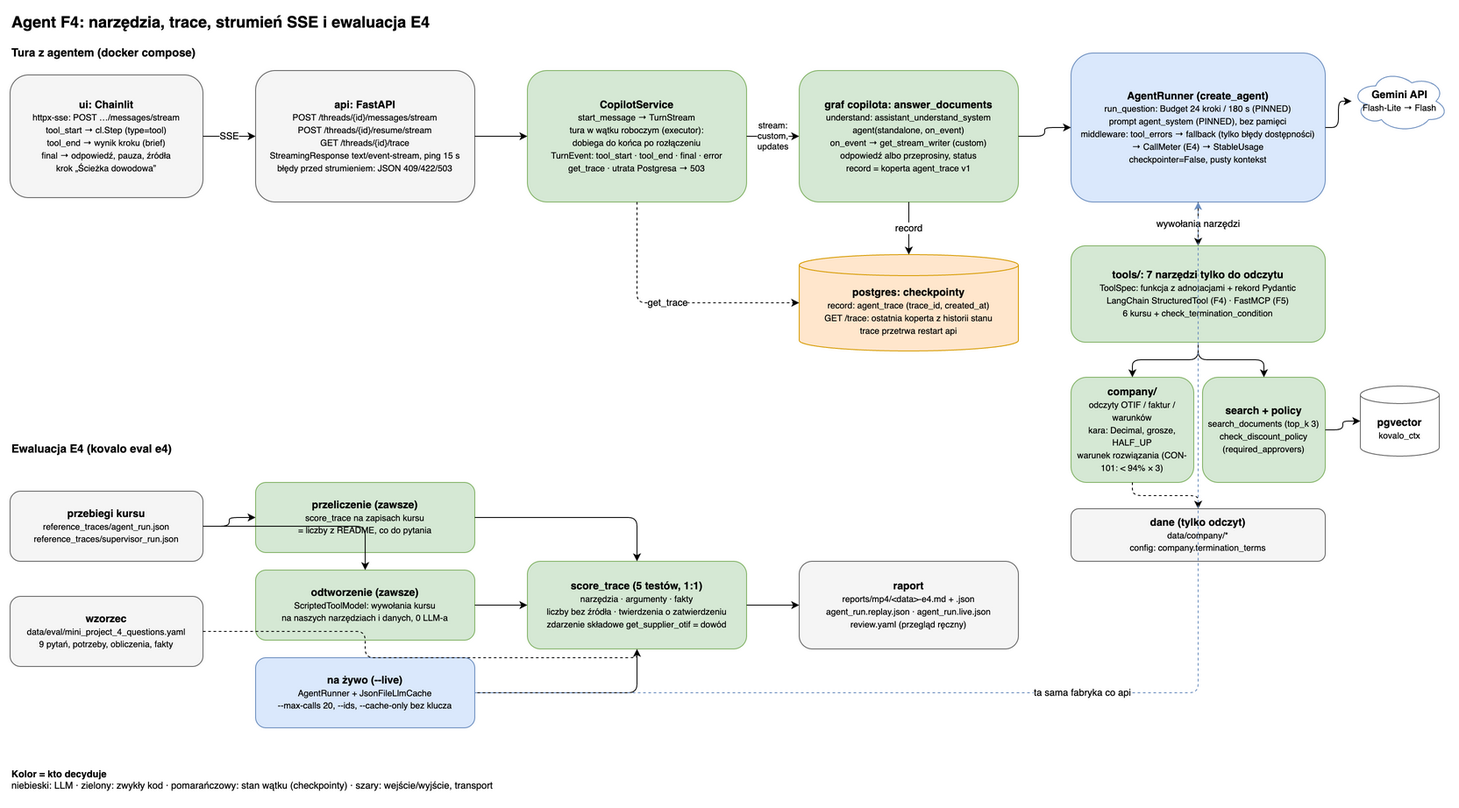
oszypczy/kovalo-copilot keeps this draw.io diagram as docs/architecture/kovalo-architecture-6-agent.png. Above is the earlier version. Source tidied: cells renumbered, new cells last; positions are measured from the earlier drawing's top-left corner, leaving out a move shared by most shapes.
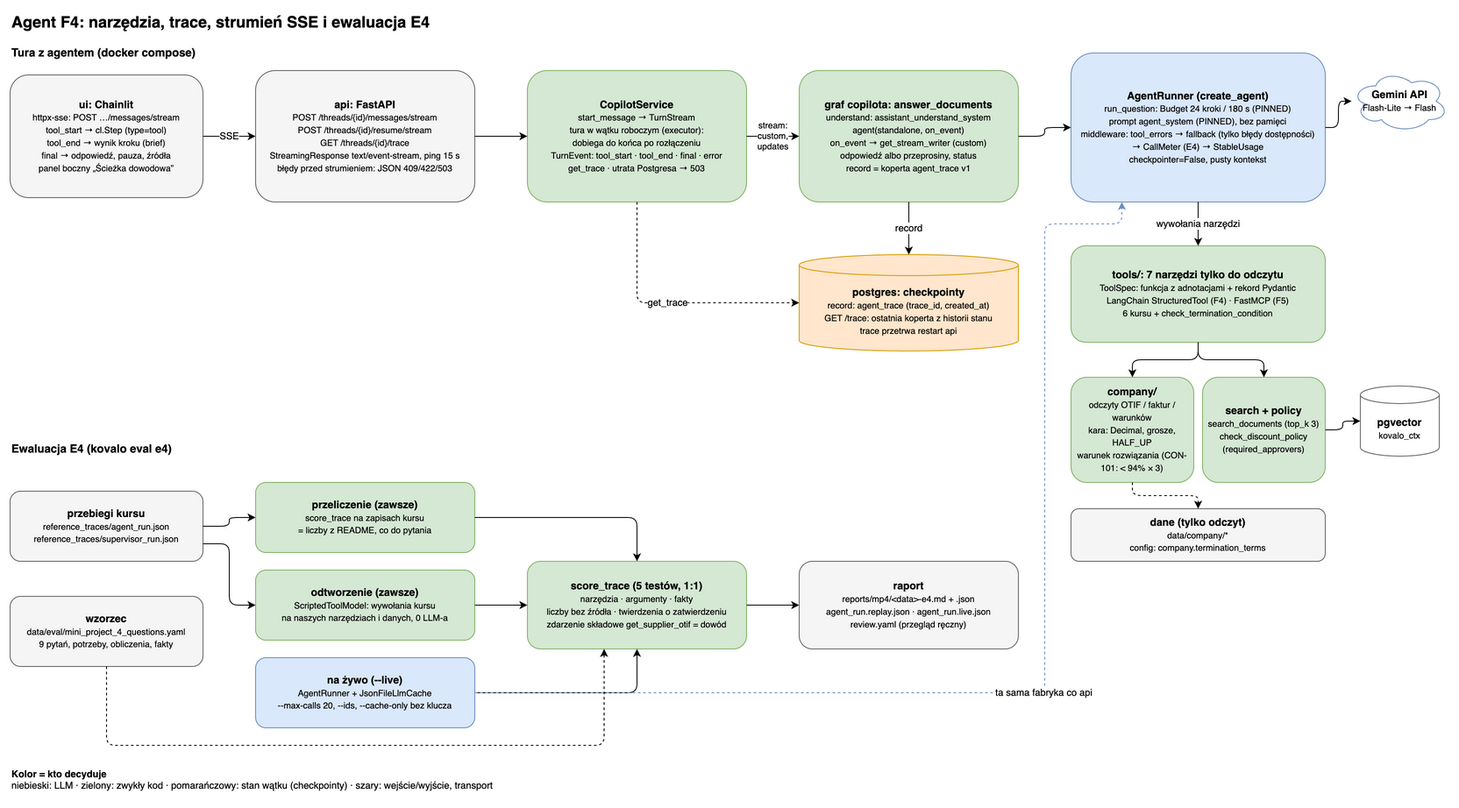
The same diagram one commit later.

What changed in the source:
```diff
@@ -8,7 +8,7 @@
     <mxCell id="3" value="Tura z agentem (docker compose)" style="text;html=1;fontSize=13;fontStyle=1;align=left;verticalAlign=middle;" parent="1" vertex="1">
       <mxGeometry y="38" width="400" height="24" as="geometry" />
     </mxCell>
-    <mxCell id="4" value="&lt;b&gt;ui: Chainlit&lt;/b&gt;&lt;br&gt;&lt;font style=&quot;font-size:10px&quot;&gt;httpx-sse: POST …/messages/stream&lt;br&gt;tool_start → cl.Step (type=tool)&lt;br&gt;tool_end → wynik kroku (brief)&lt;br&gt;final → odpowiedź, pauza, źródła&lt;br&gt;krok „Ścieżka dowodowa”&lt;/font&gt;" style="rounded=1;fillColor=#f5f5f5;strokeColor=#666666;whiteSpace=wrap;html=1;" parent="1" vertex="1">
+    <mxCell id="4" value="&lt;b&gt;ui: Chainlit&lt;/b&gt;&lt;br&gt;&lt;font style=&quot;font-size:10px&quot;&gt;httpx-sse: POST …/messages/stream&lt;br&gt;tool_start → cl.Step (type=tool)&lt;br&gt;tool_end → wynik kroku (brief)&lt;br&gt;final → odpowiedź, pauza, źródła&lt;br&gt;panel boczny „Ścieżka dowodowa”&lt;/font&gt;" style="rounded=1;fillColor=#f5f5f5;strokeColor=#666666;whiteSpace=wrap;html=1;" parent="1" vertex="1">
       <mxGeometry y="75" width="220" height="140" as="geometry" />
     </mxCell>
     <mxCell id="5" value="&lt;b&gt;api: FastAPI&lt;/b&gt;&lt;br&gt;&lt;font style=&quot;font-size:10px&quot;&gt;POST /threads/{id}/messages/stream&lt;br&gt;POST /threads/{id}/resume/stream&lt;br&gt;GET /threads/{id}/trace&lt;br&gt;StreamingResponse text/event-stream, ping 15 s&lt;br&gt;błędy przed strumieniem: JSON 409/422/503&lt;/font&gt;" style="rounded=1;fillColor=#f5f5f5;strokeColor=#666666;whiteSpace=wrap;html=1;" parent="1" vertex="1">
@@ -107,8 +107,13 @@
     <mxCell id="36" style="edgeStyle=orthogonalEdgeStyle;rounded=1;html=1;defaultLabelBackgroundColor=page;" parent="1" edge="1" source="29" target="31">
       <mxGeometry relative="1" as="geometry" />
     </mxCell>
-    <mxCell id="37" style="edgeStyle=orthogonalEdgeStyle;rounded=1;html=1;defaultLabelBackgroundColor=page;" parent="1" edge="1" source="29" target="32">
-      <mxGeometry relative="1" as="geometry" />
+    <mxCell id="37" style="edgeStyle=orthogonalEdgeStyle;rounded=1;html=1;defaultLabelBackgroundColor=page;exitX=1;exitY=0.75;entryX=0;entryY=0.5;" parent="1" edge="1" source="29" target="32">
+      <mxGeometry relative="1" as="geometry">
+        <Array as="points">
+          <mxPoint x="250" y="610" />
+          <mxPoint x="250" y="680" />
+        </Array>
+      </mxGeometry>
     </mxCell>
     <mxCell id="38" style="edgeStyle=orthogonalEdgeStyle;rounded=1;html=1;defaultLabelBackgroundColor=page;" parent="1" edge="1" source="31" target="34">
       <mxGeometry relative="1" as="geometry" />
@@ -119,14 +124,25 @@
     <mxCell id="40" style="edgeStyle=orthogonalEdgeStyle;rounded=1;html=1;defaultLabelBackgroundColor=page;" parent="1" edge="1" source="33" target="34">
       <mxGeometry relative="1" as="geometry" />
     </mxCell>
-    <mxCell id="41" style="edgeStyle=orthogonalEdgeStyle;rounded=1;html=1;defaultLabelBackgroundColor=page;dashed=1;exitX=1;exitY=0.5;entryX=0.5;entryY=1;" parent="1" edge="1" source="30" target="34">
-      <mxGeometry relative="1" as="geometry" />
+    <mxCell id="41" style="edgeStyle=orthogonalEdgeStyle;rounded=1;html=1;defaultLabelBackgroundColor=page;dashed=1;exitX=0.5;exitY=1;entryX=0.35;entryY=1;" parent="1" edge="1" source="30" target="34">
+      <mxGeometry relative="1" as="geometry">
+        <Array as="points">
+          <mxPoint x="110" y="840" />
+          <mxPoint x="677.5" y="840" />
+        </Array>
+      </mxGeometry>
     </mxCell>
     <mxCell id="42" style="edgeStyle=orthogonalEdgeStyle;rounded=1;html=1;defaultLabelBackgroundColor=page;" parent="1" edge="1" source="34" target="35">
       <mxGeometry relative="1" as="geometry" />
     </mxCell>
-    <mxCell id="43" value="ta sama fabryka co api" style="edgeStyle=orthogonalEdgeStyle;rounded=1;html=1;defaultLabelBackgroundColor=page;dashed=1;strokeColor=#6c8ebf;exitX=1;exitY=0.5;entryX=0.5;entryY=1;" parent="1" edge="1" source="33" target="8">
-      <mxGeometry relative="1" as="geometry" />
+    <mxCell id="43" value="ta sama fabryka co api" style="edgeStyle=orthogonalEdgeStyle;rounded=1;html=1;defaultLabelBackgroundColor=page;dashed=1;strokeColor=#6c8ebf;exitX=1;exitY=0.5;entryX=0.2;entryY=1;" parent="1" edge="1" source="33" target="8">
+      <mxGeometry relative="1" as="geometry">
+        <Array as="points">
+          <mxPoint x="1180" y="780" />
+          <mxPoint x="1180" y="245" />
+          <mxPoint x="1268" y="245" />
+        </Array>
+      </mxGeometry>
     </mxCell>
     <mxCell id="44" value="&lt;b&gt;Kolor = kto decyduje&lt;/b&gt;&lt;br&gt;niebieski: LLM · zielony: zwykły kod · pomarańczowy: stan wątku (checkpointy) · szary: wejście/wyjście, transport" style="text;align=left;verticalAlign=top;fontSize=11;whiteSpace=wrap;html=1;" parent="1" vertex="1">
       <mxGeometry y="860" width="900" height="40" as="geometry" />
```
